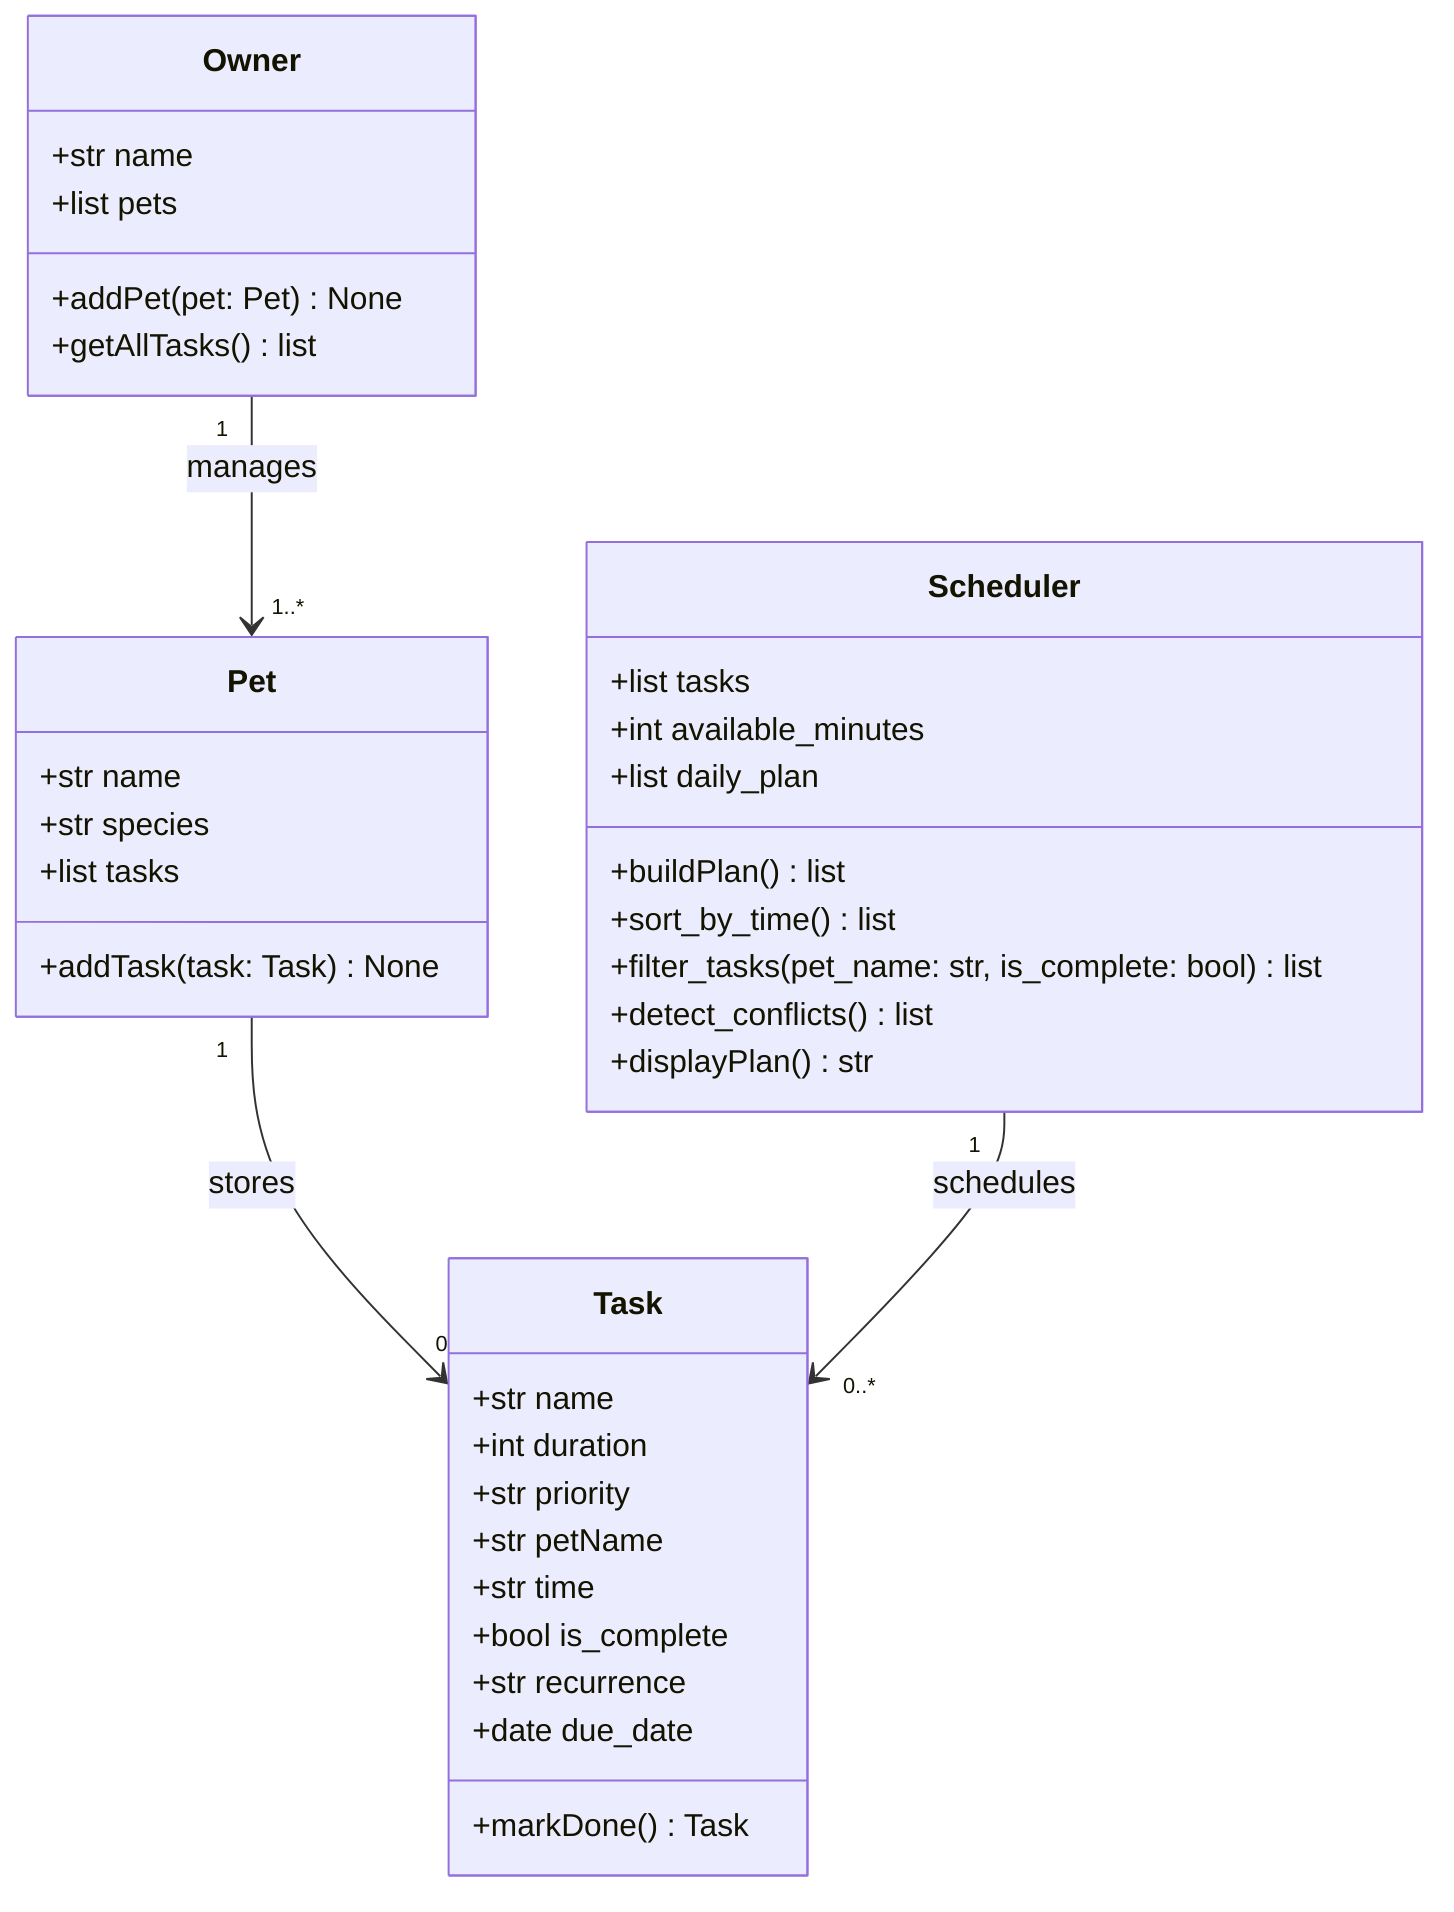
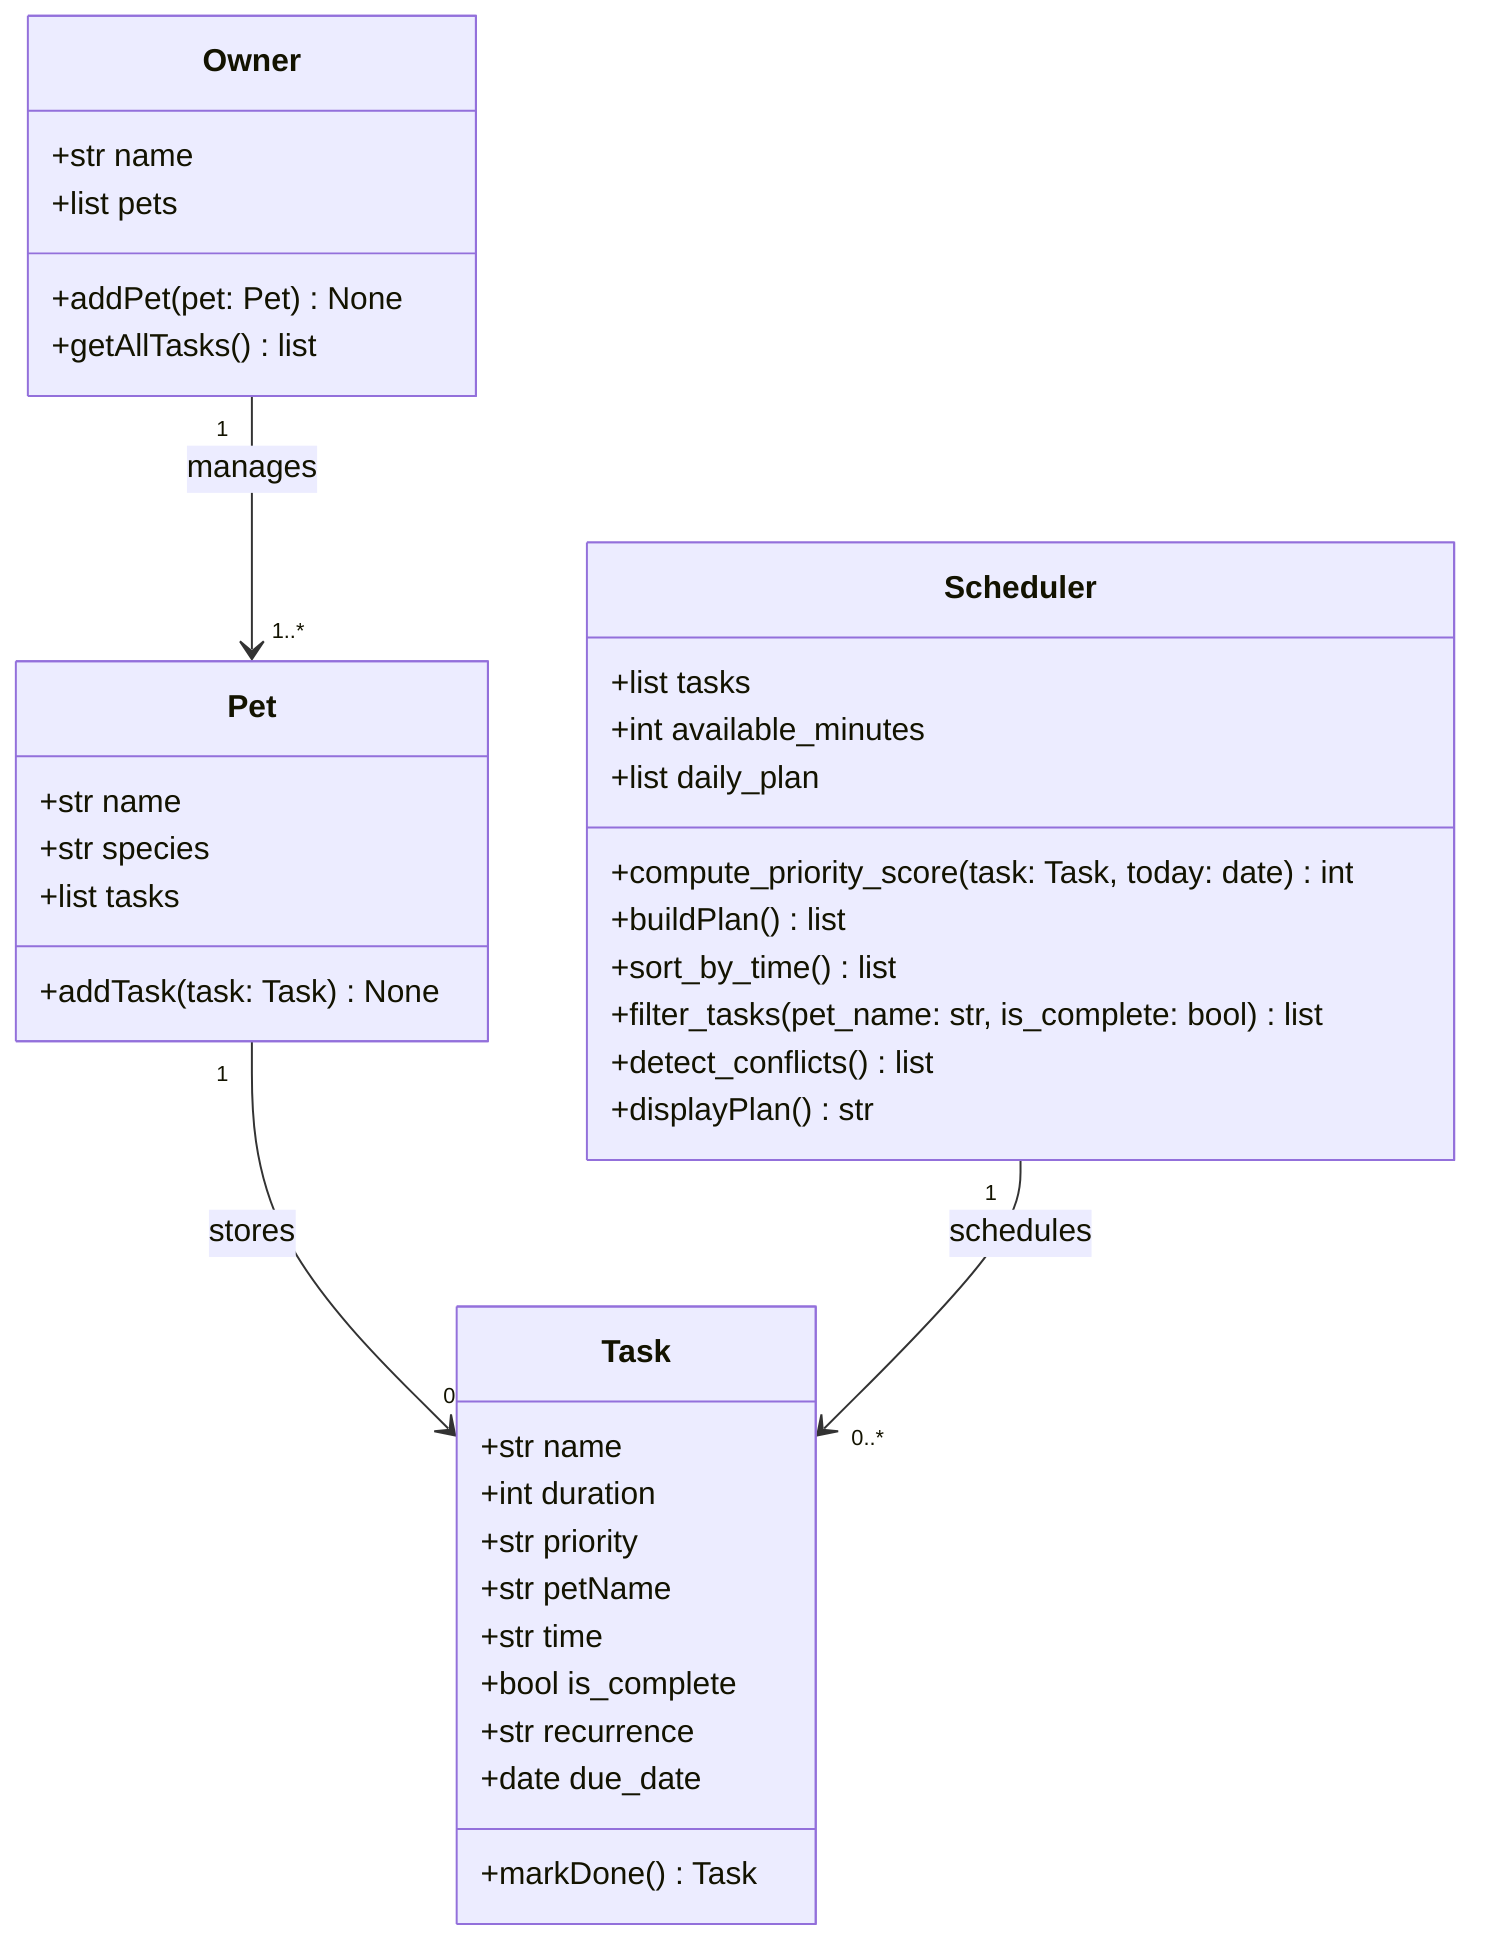

classDiagram
    class Task {
        +str name
        +int duration
        +str priority
        +str petName
        +str time
        +bool is_complete
        +str recurrence
        +date due_date
        +markDone() Task
    }

    class Pet {
        +str name
        +str species
        +list tasks
        +addTask(task: Task) None
    }

    class Owner {
        +str name
        +list pets
        +addPet(pet: Pet) None
        +getAllTasks() list
    }

    class Scheduler {
        +list tasks
        +int available_minutes
        +list daily_plan
+         +compute_priority_score(task: Task, today: date) int
        +buildPlan() list
        +sort_by_time() list
        +filter_tasks(pet_name: str, is_complete: bool) list
        +detect_conflicts() list
        +displayPlan() str
    }

    Pet "1" --> "0..*" Task : stores
    Owner "1" --> "1..*" Pet : manages
    Scheduler "1" --> "0..*" Task : schedules